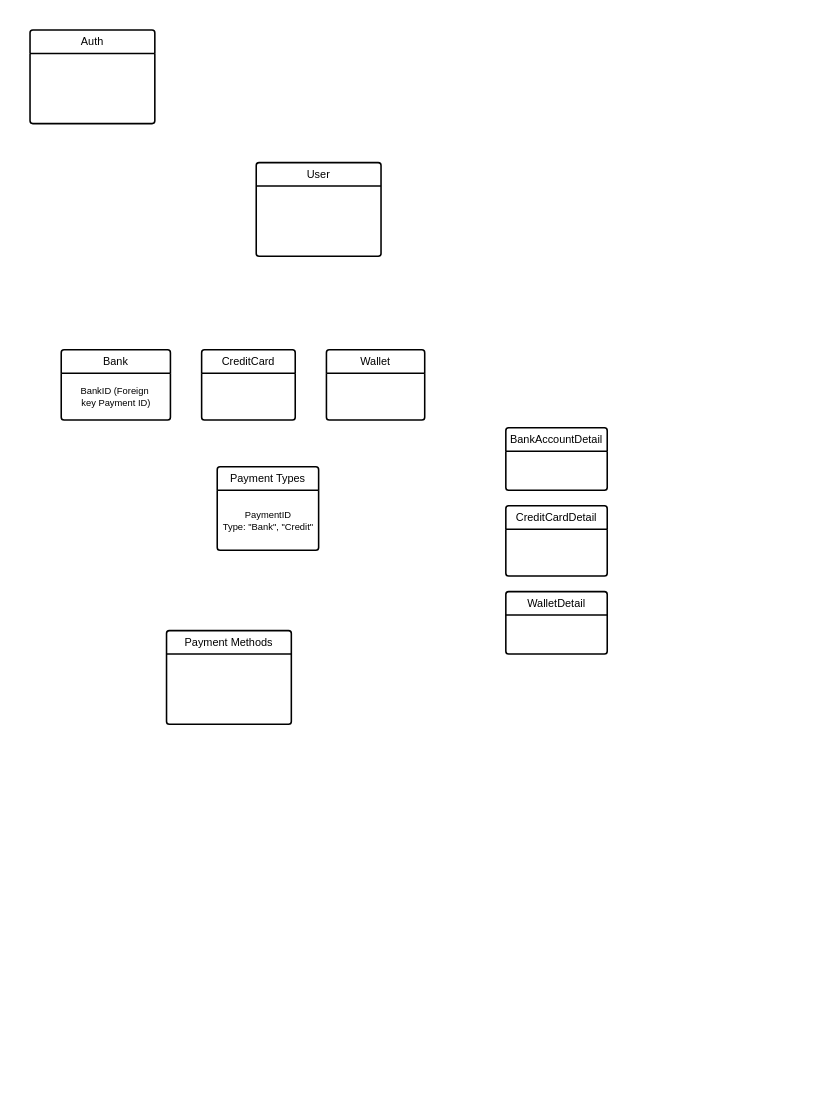
This is EzyPay.drawio from fikreanteneh/draw.io, a draw.io file, before an edit. Source tidied: cells renumbered, new cells numbered last; positions are measured from the earlier drawing's top-left corner, leaving out a move shared by most shapes. Both pictures are drawn from the tidied source at 78%, with x=0, y=0 at pixel (30, 30).
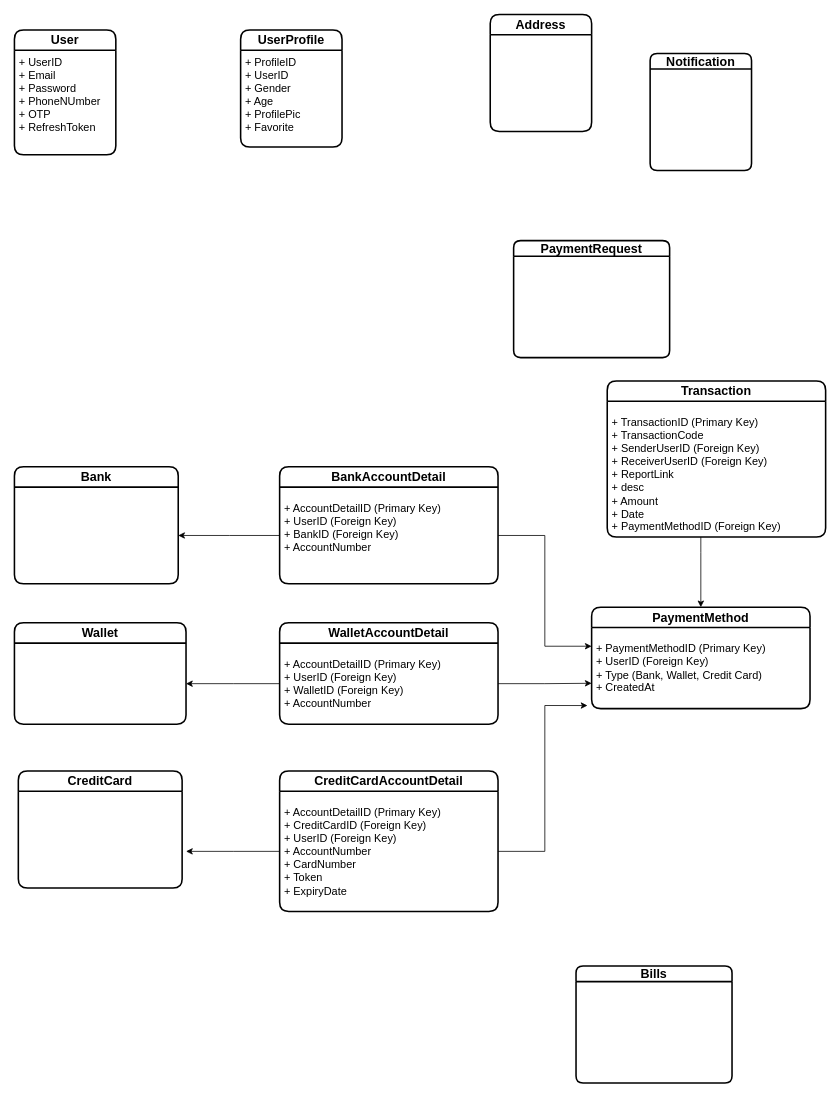
The same page after the edit.

What changed in the source:
```diff
@@
-    <mxCell id="2" value="Auth" style="swimlane;horizontal=1;startSize=30;rounded=1;fontSize=14;fontStyle=0;strokeWidth=2;shadow=0;dashed=0;align=center;arcSize=4;whiteSpace=wrap;html=1;" parent="1" vertex="1">
-      <mxGeometry width="160" height="120" as="geometry" />
-    </mxCell>
-    <mxCell id="3" value="User" style="swimlane;horizontal=1;startSize=30;rounded=1;fontSize=14;fontStyle=0;strokeWidth=2;shadow=0;dashed=0;align=center;arcSize=4;whiteSpace=wrap;html=1;" parent="1" vertex="1">
-      <mxGeometry x="290" y="170" width="160" height="120" as="geometry" />
+    <mxCell id="3" value="&lt;font style=&quot;font-size: 16px;&quot;&gt;&lt;b&gt;User&lt;/b&gt;&lt;/font&gt;" style="swimlane;fontStyle=0;horizontal=1;startSize=26;fillColor=none;whiteSpace=wrap;html=1;rounded=1;strokeWidth=2;" parent="1" vertex="1">
+      <mxGeometry x="-20" width="130" height="160" as="geometry" />
     </mxCell>
-    <mxCell id="4" value="BankAccountDetail" style="swimlane;horizontal=1;startSize=30;rounded=1;fontSize=14;fontStyle=0;strokeWidth=2;shadow=0;dashed=0;align=center;arcSize=4;whiteSpace=wrap;html=1;" parent="1" vertex="1">
-      <mxGeometry x="610" y="510" width="130" height="80" as="geometry" />
-    </mxCell>
+    <mxCell id="14" value="&lt;font style=&quot;font-size: 14px;&quot;&gt;&lt;span style=&quot;background-color: initial; color: rgb(0, 0, 0); --darkreader-inline-bgcolor: initial; --darkreader-inline-color: #e8e6e3;&quot;&gt;+ UserID&lt;/span&gt;&lt;/font&gt;&lt;div&gt;&lt;font style=&quot;font-size: 14px;&quot;&gt;&lt;span style=&quot;background-color: initial; color: rgb(0, 0, 0); --darkreader-inline-bgcolor: initial; --darkreader-inline-color: #e8e6e3;&quot;&gt;+ Email&lt;/span&gt;&lt;/font&gt;&lt;/div&gt;&lt;div&gt;&lt;font style=&quot;font-size: 14px;&quot;&gt;&lt;span style=&quot;background-color: initial; color: rgb(0, 0, 0); --darkreader-inline-bgcolor: initial; --darkreader-inline-color: #e8e6e3;&quot;&gt;+ Password&lt;/span&gt;&lt;/font&gt;&lt;/div&gt;&lt;div&gt;&lt;font style=&quot;font-size: 14px;&quot;&gt;&lt;span style=&quot;background-color: initial; color: rgb(0, 0, 0); --darkreader-inline-bgcolor: initial; --darkreader-inline-color: #e8e6e3;&quot;&gt;+ PhoneNUmber&lt;/span&gt;&lt;/font&gt;&lt;/div&gt;&lt;div&gt;&lt;font style=&quot;font-size: 14px;&quot;&gt;&lt;span style=&quot;background-color: initial; color: rgb(0, 0, 0); --darkreader-inline-bgcolor: initial; --darkreader-inline-color: #e8e6e3;&quot;&gt;+ OTP&lt;/span&gt;&lt;/font&gt;&lt;/div&gt;&lt;div&gt;&lt;font style=&quot;font-size: 14px;&quot;&gt;&lt;span style=&quot;background-color: initial; color: rgb(0, 0, 0); --darkreader-inline-bgcolor: initial; --darkreader-inline-color: #e8e6e3;&quot;&gt;+ RefreshToken&lt;/span&gt;&lt;/font&gt;&lt;/div&gt;" style="text;strokeColor=none;fillColor=none;align=left;verticalAlign=top;spacingLeft=4;spacingRight=4;overflow=hidden;whiteSpace=wrap;html=1;" parent="3" vertex="1">
+      <mxGeometry y="26" width="130" height="134" as="geometry" />
+    </mxCell>
+    <mxCell id="15" value="&lt;font style=&quot;font-size: 16px;&quot;&gt;&lt;b&gt;UserProfile&lt;/b&gt;&lt;/font&gt;" style="swimlane;fontStyle=0;horizontal=1;startSize=26;fillColor=none;whiteSpace=wrap;html=1;rounded=1;strokeWidth=2;" parent="1" vertex="1">
+      <mxGeometry x="270" width="130" height="150" as="geometry" />
+    </mxCell>
+    <mxCell id="16" value="&lt;font style=&quot;font-size: 14px;&quot;&gt;&lt;span style=&quot;background-color: initial; color: rgb(0, 0, 0); --darkreader-inline-bgcolor: initial; --darkreader-inline-color: #e8e6e3;&quot;&gt;+ ProfileID&lt;/span&gt;&lt;/font&gt;&lt;div&gt;&lt;font style=&quot;font-size: 14px;&quot;&gt;&lt;span style=&quot;background-color: initial; color: rgb(0, 0, 0); --darkreader-inline-bgcolor: initial; --darkreader-inline-color: #e8e6e3;&quot;&gt;+ UserID&lt;/span&gt;&lt;/font&gt;&lt;div&gt;&lt;font style=&quot;font-size: 14px;&quot;&gt;&lt;span style=&quot;background-color: initial; color: rgb(0, 0, 0); --darkreader-inline-bgcolor: initial; --darkreader-inline-color: #e8e6e3;&quot;&gt;+ Gender&lt;/span&gt;&lt;/font&gt;&lt;/div&gt;&lt;div&gt;&lt;font style=&quot;font-size: 14px;&quot;&gt;&lt;span style=&quot;background-color: initial; color: rgb(0, 0, 0); --darkreader-inline-bgcolor: initial; --darkreader-inline-color: #e8e6e3;&quot;&gt;+ Age&lt;/span&gt;&lt;/font&gt;&lt;/div&gt;&lt;div&gt;&lt;font style=&quot;font-size: 14px;&quot;&gt;&lt;span style=&quot;background-color: initial; color: rgb(0, 0, 0); --darkreader-inline-bgcolor: initial; --darkreader-inline-color: #e8e6e3;&quot;&gt;+ ProfilePic&lt;/span&gt;&lt;/font&gt;&lt;/div&gt;&lt;div&gt;&lt;font style=&quot;font-size: 14px;&quot;&gt;&lt;span style=&quot;background-color: initial; color: rgb(0, 0, 0); --darkreader-inline-bgcolor: initial; --darkreader-inline-color: #e8e6e3;&quot;&gt;+ Favorite&lt;/span&gt;&lt;/font&gt;&lt;/div&gt;&lt;/div&gt;" style="text;strokeColor=none;fillColor=none;align=left;verticalAlign=top;spacingLeft=4;spacingRight=4;overflow=hidden;whiteSpace=wrap;html=1;" parent="15" vertex="1">
+      <mxGeometry y="26" width="130" height="124" as="geometry" />
+    </mxCell>
+    <mxCell id="17" value="&lt;font style=&quot;font-size: 16px;&quot;&gt;&lt;b&gt;Address&lt;/b&gt;&lt;/font&gt;" style="swimlane;fontStyle=0;horizontal=1;startSize=26;fillColor=none;whiteSpace=wrap;html=1;rounded=1;strokeWidth=2;" parent="1" vertex="1">
+      <mxGeometry x="590" y="-20" width="130" height="150" as="geometry" />
+    </mxCell>
+    <mxCell id="18" value="&lt;font style=&quot;font-size: 16px;&quot;&gt;&lt;b&gt;PaymentMethod&lt;/b&gt;&lt;/font&gt;" style="swimlane;fontStyle=0;horizontal=1;startSize=26;fillColor=none;whiteSpace=wrap;html=1;rounded=1;strokeWidth=2;" parent="1" vertex="1">
+      <mxGeometry x="720" y="740" width="280" height="130" as="geometry" />
+    </mxCell>
+    <mxCell id="19" value="&lt;p style=&quot;line-height: 100%;&quot;&gt;&lt;/p&gt;&lt;div&gt;&lt;span style=&quot;font-size: 14px;&quot;&gt;+ PaymentMethodID (Primary Key)&lt;/span&gt;&lt;/div&gt;&lt;div&gt;&lt;span style=&quot;font-size: 14px;&quot;&gt;+ UserID (Foreign Key)&lt;/span&gt;&lt;/div&gt;&lt;div&gt;&lt;span style=&quot;font-size: 14px;&quot;&gt;+ Type (Bank, Wallet, Credit Card)&lt;/span&gt;&lt;/div&gt;&lt;div&gt;&lt;span style=&quot;font-size: 14px;&quot;&gt;+ CreatedAt&lt;/span&gt;&lt;/div&gt;&lt;p&gt;&lt;/p&gt;" style="text;strokeColor=none;fillColor=none;align=left;verticalAlign=top;spacingLeft=4;spacingRight=4;overflow=hidden;points=[[0,0.5],[1,0.5]];portConstraint=eastwest;whiteSpace=wrap;html=1;" parent="18" vertex="1">
+      <mxGeometry y="26" width="280" height="104" as="geometry" />
+    </mxCell>
-    <mxCell id="5" value="Bank" style="swimlane;horizontal=1;startSize=30;rounded=1;fontSize=14;fontStyle=0;strokeWidth=2;shadow=0;dashed=0;align=center;arcSize=4;whiteSpace=wrap;html=1;" parent="1" vertex="1">
-      <mxGeometry x="40" y="410" width="140" height="90" as="geometry" />
+    <mxCell id="5" value="&lt;font style=&quot;font-size: 16px;&quot;&gt;&lt;b&gt;Bank&lt;/b&gt;&lt;/font&gt;" style="swimlane;fontStyle=0;horizontal=1;startSize=26;fillColor=none;whiteSpace=wrap;html=1;rounded=1;strokeWidth=2;" parent="1" vertex="1">
+      <mxGeometry x="-20" y="560" width="210" height="150" as="geometry" />
     </mxCell>
-    <mxCell id="6" value="BankID (Foreign&amp;nbsp;&lt;div&gt;key Payment ID)&lt;/div&gt;" style="text;html=1;align=center;verticalAlign=middle;strokeColor=none;fillColor=none;" parent="5" vertex="1">
-      <mxGeometry y="30" width="140" height="60" as="geometry" />
-    </mxCell>
-    <mxCell id="7" value="CreditCard" style="swimlane;horizontal=1;startSize=30;rounded=1;fontSize=14;fontStyle=0;strokeWidth=2;shadow=0;dashed=0;align=center;arcSize=4;whiteSpace=wrap;html=1;" parent="1" vertex="1">
-      <mxGeometry x="220" y="410" width="120" height="90" as="geometry" />
+    <mxCell id="7" value="&lt;font style=&quot;font-size: 16px;&quot;&gt;&lt;b&gt;CreditCard&lt;/b&gt;&lt;/font&gt;" style="swimlane;fontStyle=0;horizontal=1;startSize=26;fillColor=none;whiteSpace=wrap;html=1;rounded=1;strokeWidth=2;" parent="1" vertex="1">
+      <mxGeometry x="-15" y="950" width="210" height="150" as="geometry" />
     </mxCell>
-    <mxCell id="8" value="Wallet" style="swimlane;horizontal=1;startSize=30;rounded=1;fontSize=14;fontStyle=0;strokeWidth=2;shadow=0;dashed=0;align=center;arcSize=4;whiteSpace=wrap;html=1;" parent="1" vertex="1">
-      <mxGeometry x="380" y="410" width="126" height="90" as="geometry" />
+    <mxCell id="8" value="&lt;font style=&quot;font-size: 16px;&quot;&gt;&lt;b&gt;Wallet&lt;/b&gt;&lt;/font&gt;" style="swimlane;fontStyle=0;horizontal=1;startSize=26;fillColor=none;whiteSpace=wrap;html=1;rounded=1;strokeWidth=2;" parent="1" vertex="1">
+      <mxGeometry x="-20" y="760" width="220" height="130" as="geometry" />
     </mxCell>
-    <mxCell id="9" value="Payment Types" style="swimlane;horizontal=1;startSize=30;rounded=1;fontSize=14;fontStyle=0;strokeWidth=2;shadow=0;dashed=0;align=center;arcSize=4;whiteSpace=wrap;html=1;" parent="1" vertex="1">
-      <mxGeometry x="240" y="560" width="130" height="107" as="geometry" />
-    </mxCell>
-    <mxCell id="10" value="PaymentID&lt;div&gt;Type: &quot;Bank&quot;, &quot;Credit&quot;&lt;/div&gt;" style="text;html=1;align=center;verticalAlign=middle;strokeColor=none;fillColor=none;" parent="9" vertex="1">
-      <mxGeometry y="30" width="130" height="77" as="geometry" />
-    </mxCell>
-    <mxCell id="11" value="Payment Methods" style="swimlane;horizontal=1;startSize=30;rounded=1;fontSize=14;fontStyle=0;strokeWidth=2;shadow=0;dashed=0;align=center;arcSize=4;whiteSpace=wrap;html=1;" parent="1" vertex="1">
-      <mxGeometry x="175" y="770" width="160" height="120" as="geometry" />
-    </mxCell>
-    <mxCell id="12" value="CreditCardDetail" style="swimlane;horizontal=1;startSize=30;rounded=1;fontSize=14;fontStyle=0;strokeWidth=2;shadow=0;dashed=0;align=center;arcSize=4;whiteSpace=wrap;html=1;" parent="1" vertex="1">
-      <mxGeometry x="610" y="610" width="130" height="90" as="geometry" />
-    </mxCell>
-    <mxCell id="13" value="WalletDetail" style="swimlane;horizontal=1;startSize=30;rounded=1;fontSize=14;fontStyle=0;strokeWidth=2;shadow=0;dashed=0;align=center;arcSize=4;whiteSpace=wrap;html=1;" parent="1" vertex="1">
-      <mxGeometry x="610" y="720" width="130" height="80" as="geometry" />
-    </mxCell>
+    <mxCell id="20" value="&lt;font style=&quot;font-size: 16px;&quot;&gt;&lt;b&gt;CreditCardAccountDetail&lt;/b&gt;&lt;/font&gt;" style="swimlane;fontStyle=0;horizontal=1;startSize=26;fillColor=none;whiteSpace=wrap;html=1;rounded=1;strokeWidth=2;" parent="1" vertex="1">
+      <mxGeometry x="320" y="950" width="280" height="180" as="geometry" />
+    </mxCell>
+    <mxCell id="21" style="edgeStyle=orthogonalEdgeStyle;rounded=0;jettySize=auto;html=1;" parent="20" edge="1" source="22">
+      <mxGeometry relative="1" as="geometry">
+        <mxPoint x="-120" y="103" as="targetPoint" />
+      </mxGeometry>
+    </mxCell>
+    <mxCell id="22" value="&lt;p style=&quot;line-height: 100%;&quot;&gt;&lt;/p&gt;&lt;div&gt;&lt;div&gt;&lt;span style=&quot;font-size: 14px;&quot;&gt;+ AccountDetailID (Primary Key)&lt;/span&gt;&lt;/div&gt;&lt;div&gt;&lt;span style=&quot;font-size: 14px;&quot;&gt;+ CreditCardID (Foreign Key)&lt;/span&gt;&lt;/div&gt;&lt;div&gt;&lt;span style=&quot;font-size: 14px;&quot;&gt;+ UserID (Foreign Key)&lt;/span&gt;&lt;span style=&quot;font-size: 14px;&quot;&gt;&lt;br&gt;&lt;/span&gt;&lt;/div&gt;&lt;div&gt;&lt;span style=&quot;font-size: 14px;&quot;&gt;+ AccountNumber&lt;/span&gt;&lt;/div&gt;&lt;div&gt;&lt;span style=&quot;font-size: 14px;&quot;&gt;+ CardNumber&lt;/span&gt;&lt;/div&gt;&lt;div&gt;&lt;span style=&quot;font-size: 14px;&quot;&gt;+ Token&lt;/span&gt;&lt;/div&gt;&lt;div&gt;&lt;span style=&quot;font-size: 14px;&quot;&gt;+ ExpiryDate&lt;/span&gt;&lt;/div&gt;&lt;div&gt;&lt;br&gt;&lt;/div&gt;&lt;/div&gt;&lt;div&gt;&lt;br&gt;&lt;/div&gt;&lt;p&gt;&lt;/p&gt;" style="text;strokeColor=none;fillColor=none;align=left;verticalAlign=top;spacingLeft=4;spacingRight=4;overflow=hidden;points=[[0,0.5],[1,0.5]];portConstraint=eastwest;whiteSpace=wrap;html=1;" parent="20" vertex="1">
+      <mxGeometry y="26" width="280" height="154" as="geometry" />
+    </mxCell>
+    <mxCell id="4" value="&lt;font style=&quot;font-size: 16px;&quot;&gt;&lt;b&gt;BankAccountDetail&lt;/b&gt;&lt;/font&gt;" style="swimlane;fontStyle=0;horizontal=1;startSize=26;fillColor=none;whiteSpace=wrap;html=1;rounded=1;strokeWidth=2;" parent="1" vertex="1">
+      <mxGeometry x="320" y="560" width="280" height="150" as="geometry" />
+    </mxCell>
+    <mxCell id="23" style="edgeStyle=orthogonalEdgeStyle;rounded=0;jettySize=auto;html=1;" parent="4" edge="1" source="24">
+      <mxGeometry relative="1" as="geometry">
+        <mxPoint x="-130" y="88" as="targetPoint" />
+      </mxGeometry>
+    </mxCell>
+    <mxCell id="24" value="&lt;p style=&quot;line-height: 100%;&quot;&gt;&lt;/p&gt;&lt;div&gt;&lt;div&gt;&lt;span style=&quot;font-size: 14px;&quot;&gt;+ AccountDetailID (Primary Key)&lt;/span&gt;&lt;/div&gt;&lt;div&gt;&lt;span style=&quot;font-size: 14px;&quot;&gt;+ UserID (Foreign Key)&lt;/span&gt;&lt;span style=&quot;font-size: 14px;&quot;&gt;&lt;br&gt;&lt;/span&gt;&lt;/div&gt;&lt;div&gt;&lt;span style=&quot;font-size: 14px;&quot;&gt;+ BankID (Foreign Key)&lt;/span&gt;&lt;/div&gt;&lt;div&gt;&lt;span style=&quot;font-size: 14px;&quot;&gt;+ AccountNumber&lt;/span&gt;&lt;/div&gt;&lt;div&gt;&lt;br&gt;&lt;/div&gt;&lt;/div&gt;&lt;div&gt;&lt;br&gt;&lt;/div&gt;&lt;p&gt;&lt;/p&gt;" style="text;strokeColor=none;fillColor=none;align=left;verticalAlign=top;spacingLeft=4;spacingRight=4;overflow=hidden;points=[[0,0.5],[1,0.5]];portConstraint=eastwest;whiteSpace=wrap;html=1;" parent="4" vertex="1">
+      <mxGeometry y="26" width="280" height="124" as="geometry" />
+    </mxCell>
+    <mxCell id="25" value="&lt;font style=&quot;font-size: 16px;&quot;&gt;&lt;b&gt;WalletAccountDetail&lt;/b&gt;&lt;/font&gt;" style="swimlane;fontStyle=0;horizontal=1;startSize=26;fillColor=none;whiteSpace=wrap;html=1;rounded=1;strokeWidth=2;" parent="1" vertex="1">
+      <mxGeometry x="320" y="760" width="280" height="130" as="geometry" />
+    </mxCell>
+    <mxCell id="26" style="edgeStyle=orthogonalEdgeStyle;rounded=0;jettySize=auto;html=1;" parent="25" edge="1" source="27">
+      <mxGeometry relative="1" as="geometry">
+        <mxPoint x="-120" y="78" as="targetPoint" />
+      </mxGeometry>
+    </mxCell>
+    <mxCell id="27" value="&lt;p style=&quot;line-height: 100%;&quot;&gt;&lt;/p&gt;&lt;div&gt;&lt;div&gt;&lt;span style=&quot;font-size: 14px;&quot;&gt;+ AccountDetailID (Primary Key)&lt;/span&gt;&lt;/div&gt;&lt;div&gt;&lt;span style=&quot;font-size: 14px;&quot;&gt;+ UserID (Foreign Key)&lt;/span&gt;&lt;span style=&quot;font-size: 14px;&quot;&gt;&lt;br&gt;+ WalletID (Foreign Key)&lt;/span&gt;&lt;/div&gt;&lt;div&gt;&lt;span style=&quot;font-size: 14px;&quot;&gt;+ AccountNumber&lt;/span&gt;&lt;/div&gt;&lt;div&gt;&lt;br&gt;&lt;/div&gt;&lt;/div&gt;&lt;div&gt;&lt;br&gt;&lt;/div&gt;&lt;p&gt;&lt;/p&gt;" style="text;strokeColor=none;fillColor=none;align=left;verticalAlign=top;spacingLeft=4;spacingRight=4;overflow=hidden;points=[[0,0.5],[1,0.5]];portConstraint=eastwest;whiteSpace=wrap;html=1;" parent="25" vertex="1">
+      <mxGeometry y="26" width="280" height="104" as="geometry" />
+    </mxCell>
+    <mxCell id="28" style="edgeStyle=orthogonalEdgeStyle;rounded=0;jettySize=auto;html=1;" parent="1" edge="1" source="24" target="19">
+      <mxGeometry relative="1" as="geometry">
+        <Array as="points">
+          <mxPoint x="660" y="648" />
+          <mxPoint x="660" y="790" />
+        </Array>
+      </mxGeometry>
+    </mxCell>
+    <mxCell id="29" style="edgeStyle=orthogonalEdgeStyle;rounded=0;jettySize=auto;html=1;entryX=0;entryY=0.75;entryDx=0;entryDy=0;" parent="1" edge="1" source="27" target="18">
+      <mxGeometry relative="1" as="geometry" />
+    </mxCell>
+    <mxCell id="30" style="edgeStyle=orthogonalEdgeStyle;rounded=0;jettySize=auto;html=1;entryX=-0.019;entryY=0.962;entryDx=0;entryDy=0;entryPerimeter=0;" parent="1" edge="1" source="22" target="19">
+      <mxGeometry relative="1" as="geometry" />
+    </mxCell>
+    <mxCell id="31" value="&lt;font style=&quot;font-size: 16px;&quot;&gt;&lt;b&gt;Transaction&lt;/b&gt;&lt;/font&gt;" style="swimlane;fontStyle=0;horizontal=1;startSize=26;fillColor=none;whiteSpace=wrap;html=1;rounded=1;strokeWidth=2;" parent="1" vertex="1">
+      <mxGeometry x="740" y="450" width="280" height="200" as="geometry" />
+    </mxCell>
+    <mxCell id="32" value="&lt;p style=&quot;line-height: 100%;&quot;&gt;&lt;/p&gt;&lt;div&gt;&lt;div&gt;&lt;span style=&quot;font-size: 14px;&quot;&gt;+ TransactionID (Primary Key)&lt;/span&gt;&lt;/div&gt;&lt;div&gt;&lt;span style=&quot;font-size: 14px;&quot;&gt;+ TransactionCode&lt;/span&gt;&lt;/div&gt;&lt;div&gt;&lt;span style=&quot;font-size: 14px;&quot;&gt;+ SenderUserID (Foreign Key)&lt;/span&gt;&lt;/div&gt;&lt;div&gt;&lt;span style=&quot;font-size: 14px;&quot;&gt;+ ReceiverUserID (Foreign Key)&lt;/span&gt;&lt;/div&gt;&lt;div&gt;&lt;span style=&quot;font-size: 14px;&quot;&gt;+ ReportLink&lt;/span&gt;&lt;/div&gt;&lt;div&gt;&lt;span style=&quot;font-size: 14px;&quot;&gt;+ desc&lt;/span&gt;&lt;/div&gt;&lt;div&gt;&lt;span style=&quot;font-size: 14px;&quot;&gt;+ Amount&lt;/span&gt;&lt;/div&gt;&lt;div&gt;&lt;span style=&quot;font-size: 14px;&quot;&gt;+ Date&lt;/span&gt;&lt;/div&gt;&lt;div&gt;&lt;span style=&quot;font-size: 14px;&quot;&gt;+ PaymentMethodID (Foreign Key)&lt;/span&gt;&lt;/div&gt;&lt;/div&gt;&lt;div&gt;&lt;br&gt;&lt;/div&gt;&lt;p&gt;&lt;/p&gt;" style="text;strokeColor=none;fillColor=none;align=left;verticalAlign=top;spacingLeft=4;spacingRight=4;overflow=hidden;points=[[0,0.5],[1,0.5]];portConstraint=eastwest;whiteSpace=wrap;html=1;" parent="31" vertex="1">
+      <mxGeometry y="26" width="280" height="174" as="geometry" />
+    </mxCell>
+    <mxCell id="33" value="&lt;font style=&quot;font-size: 16px;&quot;&gt;&lt;b&gt;Notification&lt;/b&gt;&lt;/font&gt;" style="swimlane;fontStyle=0;horizontal=1;startSize=20;fillColor=none;whiteSpace=wrap;html=1;rounded=1;strokeWidth=2;" parent="1" vertex="1">
+      <mxGeometry x="795" y="30" width="130" height="150" as="geometry" />
+    </mxCell>
+    <mxCell id="34" value="&lt;font style=&quot;font-size: 16px;&quot;&gt;&lt;b&gt;PaymentRequest&lt;/b&gt;&lt;/font&gt;" style="swimlane;fontStyle=0;horizontal=1;startSize=20;fillColor=none;whiteSpace=wrap;html=1;rounded=1;strokeWidth=2;" parent="1" vertex="1">
+      <mxGeometry x="620" y="270" width="200" height="150" as="geometry" />
+    </mxCell>
+    <mxCell id="35" value="&lt;font style=&quot;font-size: 16px;&quot;&gt;&lt;b&gt;Bills&lt;/b&gt;&lt;/font&gt;" style="swimlane;fontStyle=0;horizontal=1;startSize=20;fillColor=none;whiteSpace=wrap;html=1;rounded=1;strokeWidth=2;" parent="1" vertex="1">
+      <mxGeometry x="700" y="1200" width="200" height="150" as="geometry" />
+    </mxCell>
+    <mxCell id="36" style="edgeStyle=orthogonalEdgeStyle;rounded=0;jettySize=auto;html=1;" parent="1" edge="1" source="32" target="18">
+      <mxGeometry relative="1" as="geometry">
+        <Array as="points">
+          <mxPoint x="860" y="670" />
+          <mxPoint x="860" y="670" />
+        </Array>
+      </mxGeometry>
+    </mxCell>
```
